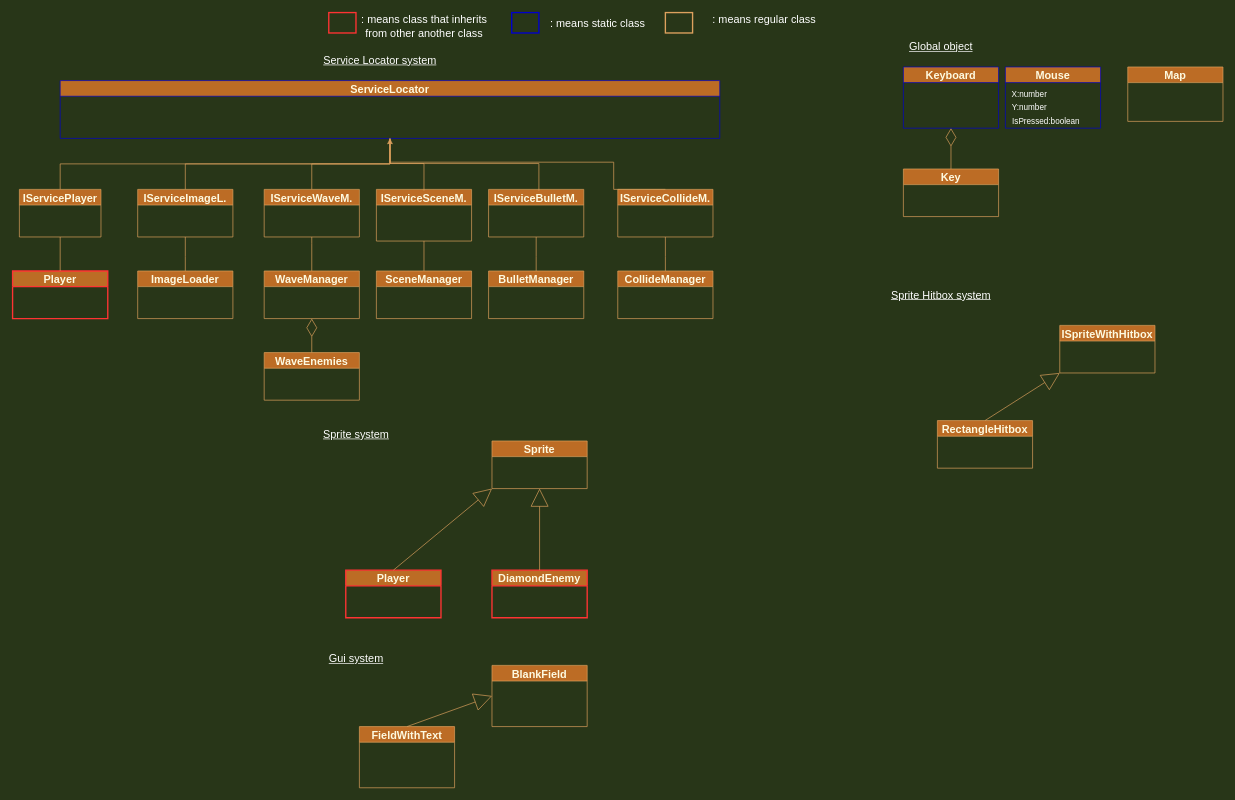
The draw.io diagram flow_chart/Uml.drawio in MounirAia/Web-Shoot-em-up, before the edit. Source tidied: cells renumbered, new cells numbered last; positions are measured from the earlier drawing's top-left corner, leaving out a move shared by most shapes. Both pictures are drawn from the tidied source at 68%, with x=0, y=0 at pixel (12, 12).
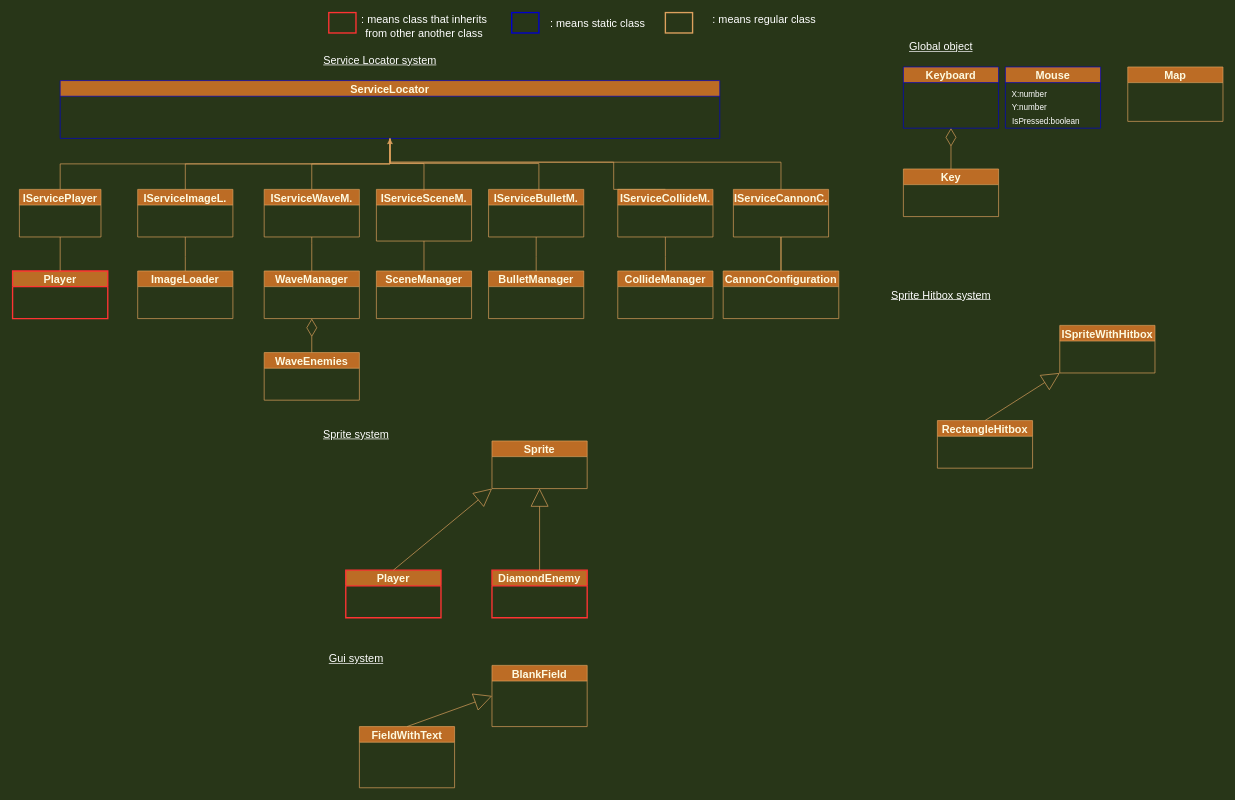
The same diagram, later.

The change refers to these unchanged cells:
```xml
<mxCell id="2" value="ServiceLocator" style="swimlane;fontSize=16;fillColor=#BC6C25;strokeColor=#0000CC;fontColor=#FEFAE0;" parent="1" vertex="1">
  <mxGeometry x="70" y="100" width="970" height="85" as="geometry" />
</mxCell>
```

Change to the diagram source:
```diff
@@
+    <mxCell id="59" style="rounded=0;jettySize=auto;html=1;fillColor=#ffe6cc;strokeColor=#DDA15E;shape=link;width=-0.4761904761904763;" parent="1" edge="1" source="60" target="61">
+      <mxGeometry relative="1" as="geometry" />
+    </mxCell>
+    <mxCell id="60" value="IServiceCannonC." style="swimlane;fontSize=16;fillColor=#BC6C25;strokeColor=#DDA15E;fontColor=#FEFAE0;" parent="1" vertex="1">
+      <mxGeometry x="1060" y="260" width="140" height="70" as="geometry" />
+    </mxCell>
+    <mxCell id="61" value="CannonConfiguration" style="swimlane;fontSize=16;fillColor=#BC6C25;strokeColor=#DDA15E;fontColor=#FEFAE0;" parent="1" vertex="1">
+      <mxGeometry x="1045" y="380" width="170" height="70" as="geometry" />
+    </mxCell>
+    <mxCell id="62" style="edgeStyle=orthogonalEdgeStyle;rounded=0;jettySize=auto;html=1;fontSize=16;endArrow=none;endFill=0;labelBackgroundColor=#283618;strokeColor=#DDA15E;fontColor=#FEFAE0;exitX=0.5;exitY=0;exitDx=0;exitDy=0;entryX=0.5;entryY=1;entryDx=0;entryDy=0;" parent="1" edge="1" source="60" target="2">
+      <mxGeometry relative="1" as="geometry">
+        <Array as="points">
+          <mxPoint x="1130" y="220" />
+          <mxPoint x="555" y="220" />
+        </Array>
+      </mxGeometry>
+    </mxCell>
```
